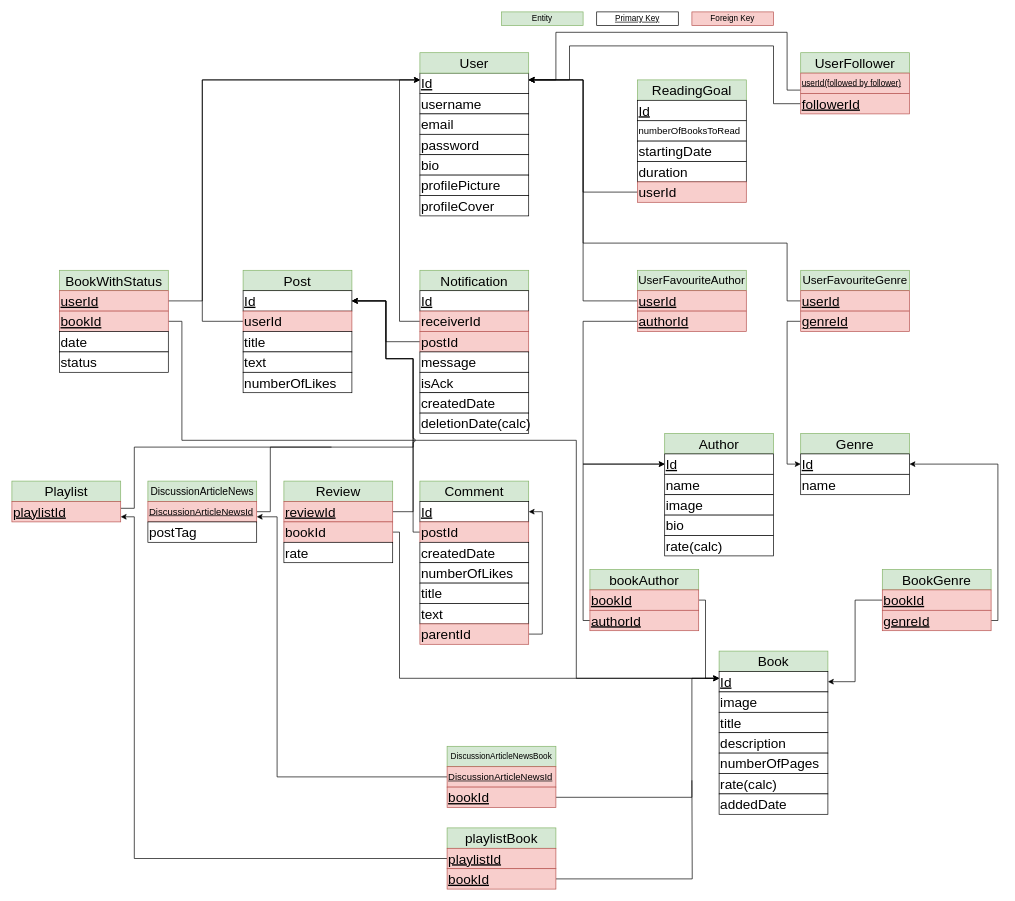
This is page "mapping digaram" (2 of 2) of diagrams.drawio from Yaqra/YaqraApi, a draw.io file, before an edit. Source tidied: cells renumbered, new cells numbered last; positions are measured from the earlier drawing's top-left corner, leaving out a move shared by most shapes. Both pictures are drawn from the tidied source at 68%, with x=0, y=0 at pixel (12, 12).
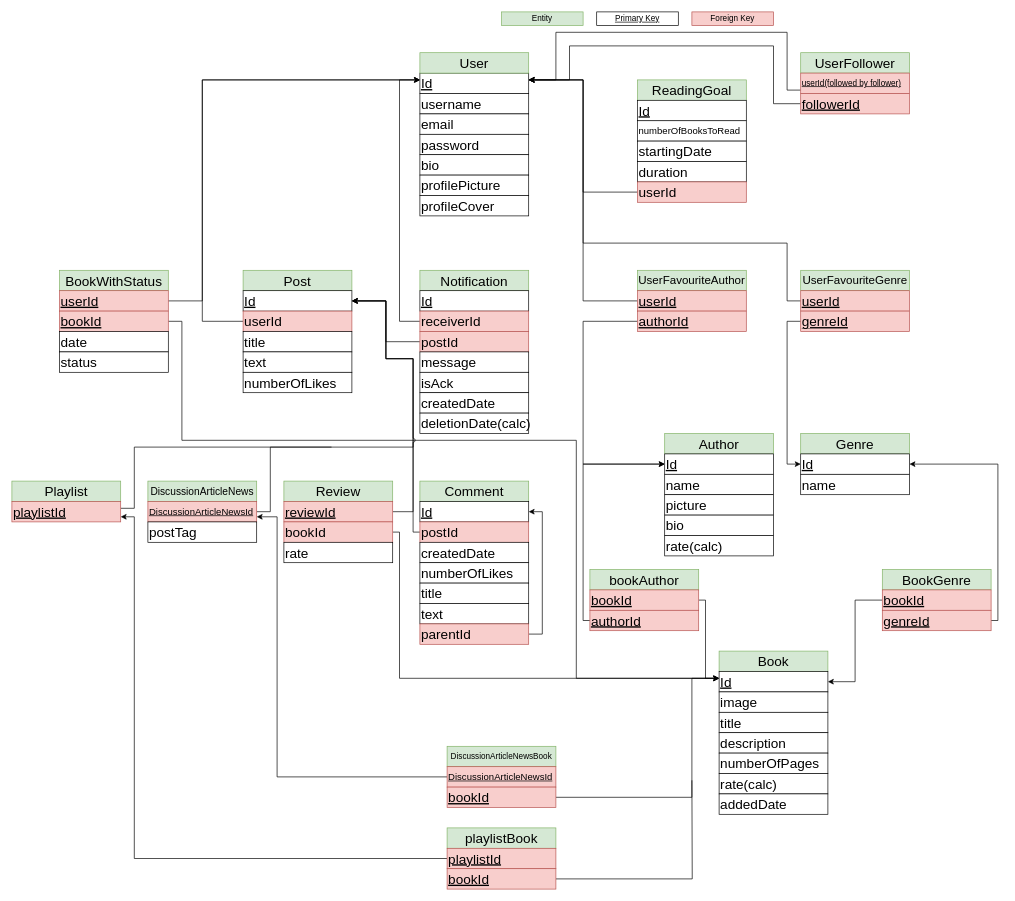
The same diagram, later.

Diff of the diagram source:
```diff
@@
-    <mxCell id="112" value="&lt;span style=&quot;font-size: 20px;&quot;&gt;image&lt;/span&gt;" style="rounded=0;whiteSpace=wrap;html=1;align=left;" parent="1" vertex="1">
+    <mxCell id="112" value="&lt;span style=&quot;font-size: 20px;&quot;&gt;picture&lt;/span&gt;" style="rounded=0;whiteSpace=wrap;html=1;align=left;" parent="1" vertex="1">
       <mxGeometry x="960" y="710" width="160" height="30" as="geometry" />
     </mxCell>
```
